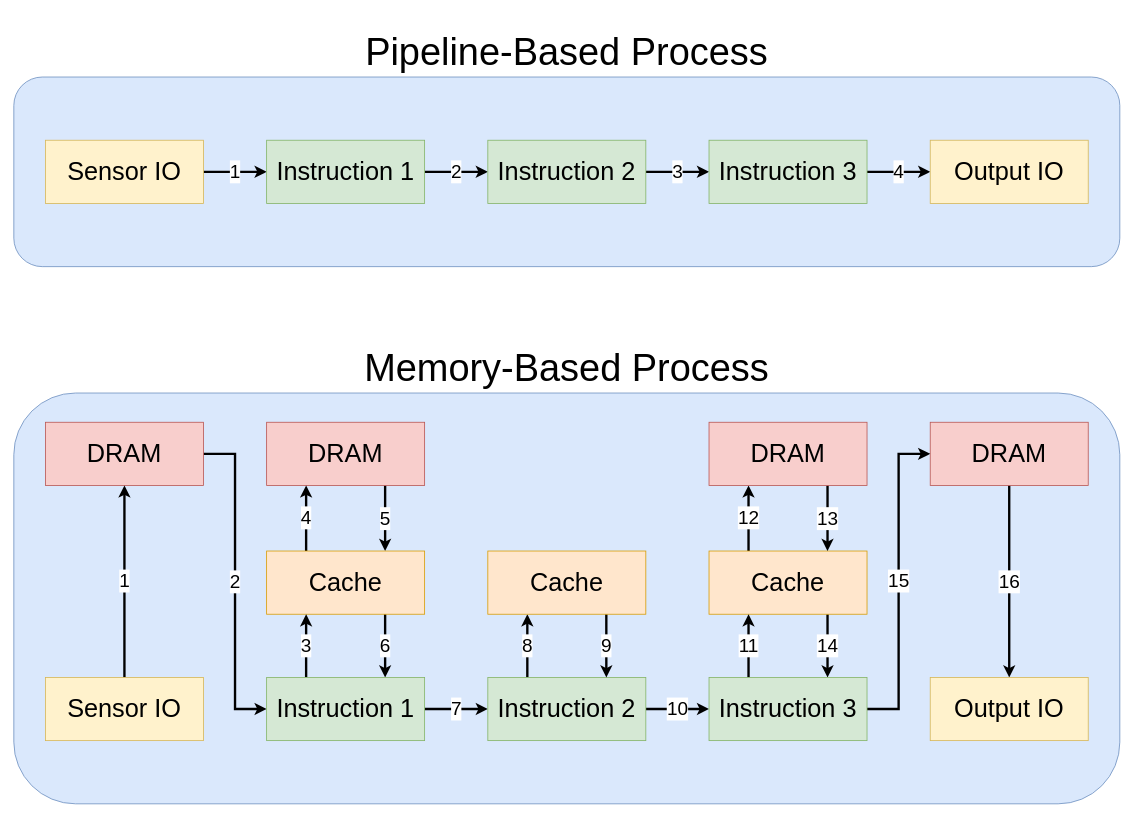
This is latencyPipelines.drawio from snider-lab-msu/figures, a draw.io file, before an edit. Source tidied: cells renumbered, new cells numbered last; positions are measured from the earlier drawing's top-left corner, leaving out a move shared by most shapes. Both pictures are drawn from the tidied source at 79%, with x=0, y=0 at pixel (13, 13).
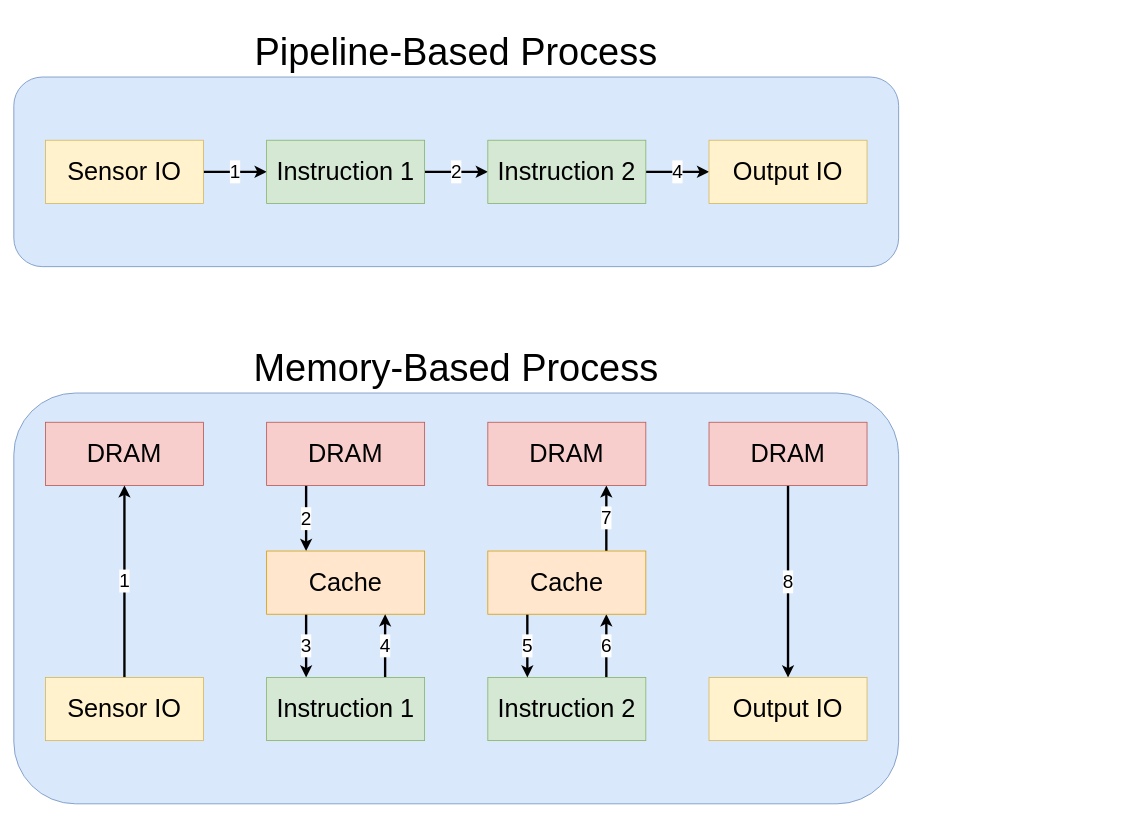
The same page after the edit.

Commit message:
shortened and fixed paths

Unchanged cells that the change refers to:
```xml
<mxCell id="5" value="DRAM" style="rounded=0;whiteSpace=wrap;html=1;fontSize=32;fillColor=#f8cecc;strokeColor=#b85450;" parent="1" vertex="1">
  <mxGeometry x="320" y="517" width="200" height="80" as="geometry" />
</mxCell>
<mxCell id="8" value="Cache" style="rounded=0;whiteSpace=wrap;html=1;fontSize=32;fillColor=#ffe6cc;strokeColor=#d79b00;" parent="1" vertex="1">
  <mxGeometry x="320" y="680" width="200" height="80" as="geometry" />
</mxCell>
<mxCell id="17" value="DRAM" style="rounded=0;whiteSpace=wrap;html=1;fontSize=32;fillColor=#f8cecc;strokeColor=#b85450;" parent="1" vertex="1">
  <mxGeometry x="40" y="517" width="200" height="80" as="geometry" />
</mxCell>
<mxCell id="30" value="Cache" style="rounded=0;whiteSpace=wrap;html=1;fontSize=32;fillColor=#ffe6cc;strokeColor=#d79b00;" parent="1" vertex="1">
  <mxGeometry x="600" y="680" width="200" height="80" as="geometry" />
</mxCell>
<mxCell id="35" value="Instruction 1" style="rounded=0;whiteSpace=wrap;html=1;fontSize=32;fillColor=#d5e8d4;strokeColor=#82b366;" parent="1" vertex="1">
  <mxGeometry x="320" y="160" width="200" height="80" as="geometry" />
</mxCell>
```

Diff of the diagram source:
```diff
@@
     <mxCell id="2" style="rounded=1;whiteSpace=wrap;html=1;roundedPerimeter=1;fillColor=#dae8fc;strokeColor=#6c8ebf;" parent="1" vertex="1">
-      <mxGeometry y="480" width="1400" height="520" as="geometry" />
+      <mxGeometry y="480" width="1120" height="520" as="geometry" />
     </mxCell>
     <mxCell id="3" style="rounded=1;whiteSpace=wrap;html=1;roundedPerimeter=1;fillColor=#dae8fc;strokeColor=#6c8ebf;" parent="1" vertex="1">
-      <mxGeometry y="80" width="1400" height="240" as="geometry" />
+      <mxGeometry y="80" width="1120" height="240" as="geometry" />
     </mxCell>
-    <mxCell id="4" value="5" style="edgeStyle=orthogonalEdgeStyle;rounded=0;jettySize=auto;html=1;exitX=0.75;exitY=1;exitDx=0;exitDy=0;entryX=0.75;entryY=0;entryDx=0;entryDy=0;defaultLabelBackgroundColor=page;labelPadding=0 4;strokeWidth=3;fontSize=24;" parent="1" edge="1" source="5" target="8">
-      <mxGeometry relative="1" as="geometry" />
-    </mxCell>
+    <mxCell id="16" value="2" style="edgeStyle=orthogonalEdgeStyle;rounded=0;jettySize=auto;html=1;exitX=0.25;exitY=1;exitDx=0;exitDy=0;entryX=0.25;entryY=0;entryDx=0;entryDy=0;defaultLabelBackgroundColor=page;labelPadding=0 4;fontSize=24;strokeWidth=3;" parent="1" edge="1" source="5" target="8">
+      <mxGeometry relative="1" as="geometry" />
+    </mxCell>
@@
-    <mxCell id="6" value="4" style="edgeStyle=orthogonalEdgeStyle;rounded=0;jettySize=auto;html=1;exitX=0.25;exitY=0;exitDx=0;exitDy=0;entryX=0.25;entryY=1;entryDx=0;entryDy=0;defaultLabelBackgroundColor=page;labelPadding=0 4;strokeWidth=3;fontSize=24;" parent="1" edge="1" source="8" target="5">
-      <mxGeometry relative="1" as="geometry" />
-    </mxCell>
-    <mxCell id="7" value="6" style="edgeStyle=orthogonalEdgeStyle;rounded=0;jettySize=auto;html=1;exitX=0.75;exitY=1;exitDx=0;exitDy=0;entryX=0.75;entryY=0;entryDx=0;entryDy=0;defaultLabelBackgroundColor=page;labelPadding=0 4;strokeWidth=3;fontSize=24;" parent="1" edge="1" source="8" target="22">
-      <mxGeometry relative="1" as="geometry" />
-    </mxCell>
+    <mxCell id="43" value="3" style="edgeStyle=orthogonalEdgeStyle;rounded=0;jettySize=auto;html=1;exitX=0.25;exitY=1;exitDx=0;exitDy=0;entryX=0.25;entryY=0;entryDx=0;entryDy=0;defaultLabelBackgroundColor=page;labelPadding=0 4;fontSize=24;strokeWidth=3;" parent="1" edge="1" source="8" target="22">
+      <mxGeometry relative="1" as="geometry" />
+    </mxCell>
@@
-    <mxCell id="9" value="12" style="edgeStyle=orthogonalEdgeStyle;rounded=0;jettySize=auto;html=1;exitX=0.25;exitY=0;exitDx=0;exitDy=0;entryX=0.25;entryY=1;entryDx=0;entryDy=0;defaultLabelBackgroundColor=page;labelPadding=0 4;strokeWidth=3;fontSize=24;" parent="1" edge="1" source="11" target="13">
-      <mxGeometry relative="1" as="geometry" />
-    </mxCell>
-    <mxCell id="10" value="14" style="edgeStyle=orthogonalEdgeStyle;rounded=0;jettySize=auto;html=1;exitX=0.75;exitY=1;exitDx=0;exitDy=0;entryX=0.75;entryY=0;entryDx=0;entryDy=0;defaultLabelBackgroundColor=page;labelPadding=0 4;strokeWidth=3;fontSize=24;" parent="1" edge="1" source="11" target="28">
-      <mxGeometry relative="1" as="geometry" />
-    </mxCell>
-    <mxCell id="11" value="Cache" style="rounded=0;whiteSpace=wrap;html=1;fontSize=32;fillColor=#ffe6cc;strokeColor=#d79b00;" parent="1" vertex="1">
-      <mxGeometry x="880" y="680" width="200" height="80" as="geometry" />
-    </mxCell>
-    <mxCell id="12" value="13" style="edgeStyle=orthogonalEdgeStyle;rounded=0;jettySize=auto;html=1;exitX=0.75;exitY=1;exitDx=0;exitDy=0;entryX=0.75;entryY=0;entryDx=0;entryDy=0;defaultLabelBackgroundColor=page;labelPadding=0 4;strokeWidth=3;fontSize=24;" parent="1" edge="1" source="13" target="11">
-      <mxGeometry relative="1" as="geometry" />
-    </mxCell>
-    <mxCell id="13" value="DRAM" style="rounded=0;whiteSpace=wrap;html=1;fontSize=32;fillColor=#f8cecc;strokeColor=#b85450;" parent="1" vertex="1">
-      <mxGeometry x="880" y="517" width="200" height="80" as="geometry" />
-    </mxCell>
-    <mxCell id="14" value="16" style="edgeStyle=orthogonalEdgeStyle;rounded=0;jettySize=auto;html=1;exitX=0.5;exitY=1;exitDx=0;exitDy=0;entryX=0.5;entryY=0;entryDx=0;entryDy=0;defaultLabelBackgroundColor=page;labelPadding=0 4;strokeWidth=3;fontSize=24;" parent="1" edge="1" source="15" target="31">
-      <mxGeometry relative="1" as="geometry" />
-    </mxCell>
+    <mxCell id="23" value="8" style="edgeStyle=orthogonalEdgeStyle;rounded=0;jettySize=auto;html=1;exitX=0.5;exitY=1;exitDx=0;exitDy=0;entryX=0.5;entryY=0;entryDx=0;entryDy=0;defaultLabelBackgroundColor=page;labelPadding=0 4;fontSize=24;strokeWidth=3;" parent="1" edge="1" source="15" target="31">
+      <mxGeometry relative="1" as="geometry" />
+    </mxCell>
     <mxCell id="15" value="DRAM" style="rounded=0;whiteSpace=wrap;html=1;fontSize=32;fillColor=#f8cecc;strokeColor=#b85450;" parent="1" vertex="1">
-      <mxGeometry x="1160" y="517" width="200" height="80" as="geometry" />
+      <mxGeometry x="880" y="517" width="200" height="80" as="geometry" />
     </mxCell>
-    <mxCell id="16" value="2" style="edgeStyle=orthogonalEdgeStyle;rounded=0;jettySize=auto;html=1;exitX=1;exitY=0.5;exitDx=0;exitDy=0;entryX=0;entryY=0.5;entryDx=0;entryDy=0;defaultLabelBackgroundColor=page;labelPadding=0 4;strokeWidth=3;fontSize=24;" parent="1" edge="1" source="17" target="22">
-      <mxGeometry relative="1" as="geometry" />
-    </mxCell>
@@
-    <mxCell id="20" value="3" style="edgeStyle=orthogonalEdgeStyle;rounded=0;jettySize=auto;html=1;exitX=0.25;exitY=0;exitDx=0;exitDy=0;entryX=0.25;entryY=1;entryDx=0;entryDy=0;defaultLabelBackgroundColor=page;labelPadding=0 4;strokeWidth=3;fontSize=24;" parent="1" edge="1" source="22" target="8">
-      <mxGeometry relative="1" as="geometry" />
-    </mxCell>
+    <mxCell id="6" value="4" style="edgeStyle=orthogonalEdgeStyle;rounded=0;jettySize=auto;html=1;exitX=0.75;exitY=0;exitDx=0;exitDy=0;entryX=0.75;entryY=1;entryDx=0;entryDy=0;defaultLabelBackgroundColor=page;labelPadding=0 4;fontSize=24;strokeWidth=3;" parent="1" edge="1" source="22" target="8">
+      <mxGeometry relative="1" as="geometry" />
+    </mxCell>
+    <mxCell id="22" value="Instruction 1" style="rounded=0;whiteSpace=wrap;html=1;fontSize=32;fillColor=#d5e8d4;strokeColor=#82b366;" parent="1" vertex="1">
+      <mxGeometry x="320" y="840" width="200" height="80" as="geometry" />
+    </mxCell>
+    <mxCell id="7" value="6" style="edgeStyle=orthogonalEdgeStyle;rounded=0;jettySize=auto;html=1;exitX=0.75;exitY=0;exitDx=0;exitDy=0;entryX=0.75;entryY=1;entryDx=0;entryDy=0;defaultLabelBackgroundColor=page;labelPadding=0 4;fontSize=24;strokeWidth=3;" parent="1" edge="1" source="25" target="30">
+      <mxGeometry relative="1" as="geometry" />
+    </mxCell>
+    <mxCell id="25" value="Instruction 2" style="rounded=0;whiteSpace=wrap;html=1;fontSize=32;fillColor=#d5e8d4;strokeColor=#82b366;" parent="1" vertex="1">
+      <mxGeometry x="600" y="840" width="200" height="80" as="geometry" />
+    </mxCell>
+    <mxCell id="4" value="5" style="edgeStyle=orthogonalEdgeStyle;rounded=0;jettySize=auto;html=1;exitX=0.25;exitY=1;exitDx=0;exitDy=0;entryX=0.25;entryY=0;entryDx=0;entryDy=0;defaultLabelBackgroundColor=page;labelPadding=0 4;fontSize=24;strokeWidth=3;" parent="1" edge="1" source="30" target="25">
+      <mxGeometry relative="1" as="geometry" />
+    </mxCell>
-    <mxCell id="21" value="7" style="edgeStyle=orthogonalEdgeStyle;rounded=0;jettySize=auto;html=1;exitX=1;exitY=0.5;exitDx=0;exitDy=0;entryX=0;entryY=0.5;entryDx=0;entryDy=0;defaultLabelBackgroundColor=page;labelPadding=0 4;strokeWidth=3;fontSize=24;" parent="1" edge="1" source="22" target="25">
+    <mxCell id="21" value="7" style="edgeStyle=orthogonalEdgeStyle;rounded=0;jettySize=auto;html=1;exitX=0.75;exitY=0;exitDx=0;exitDy=0;entryX=0.75;entryY=1;entryDx=0;entryDy=0;defaultLabelBackgroundColor=page;labelPadding=0 4;fontSize=24;strokeWidth=3;" parent="1" edge="1" source="30" target="13">
       <mxGeometry relative="1" as="geometry" />
     </mxCell>
-    <mxCell id="22" value="Instruction 1" style="rounded=0;whiteSpace=wrap;html=1;fontSize=32;fillColor=#d5e8d4;strokeColor=#82b366;" parent="1" vertex="1">
-      <mxGeometry x="320" y="840" width="200" height="80" as="geometry" />
-    </mxCell>
-    <mxCell id="23" value="8" style="edgeStyle=orthogonalEdgeStyle;rounded=0;jettySize=auto;html=1;exitX=0.25;exitY=0;exitDx=0;exitDy=0;entryX=0.25;entryY=1;entryDx=0;entryDy=0;defaultLabelBackgroundColor=page;labelPadding=0 4;strokeWidth=3;fontSize=24;" parent="1" edge="1" source="25" target="30">
-      <mxGeometry relative="1" as="geometry" />
-    </mxCell>
-    <mxCell id="24" value="10" style="edgeStyle=orthogonalEdgeStyle;rounded=0;jettySize=auto;html=1;exitX=1;exitY=0.5;exitDx=0;exitDy=0;entryX=0;entryY=0.5;entryDx=0;entryDy=0;defaultLabelBackgroundColor=page;labelPadding=0 4;strokeWidth=3;fontSize=24;" parent="1" edge="1" source="25" target="28">
-      <mxGeometry relative="1" as="geometry" />
-    </mxCell>
-    <mxCell id="25" value="Instruction 2" style="rounded=0;whiteSpace=wrap;html=1;fontSize=32;fillColor=#d5e8d4;strokeColor=#82b366;" parent="1" vertex="1">
-      <mxGeometry x="600" y="840" width="200" height="80" as="geometry" />
-    </mxCell>
-    <mxCell id="26" value="11" style="edgeStyle=orthogonalEdgeStyle;rounded=0;jettySize=auto;html=1;exitX=0.25;exitY=0;exitDx=0;exitDy=0;entryX=0.25;entryY=1;entryDx=0;entryDy=0;defaultLabelBackgroundColor=page;labelPadding=0 4;strokeWidth=3;fontSize=24;" parent="1" edge="1" source="28" target="11">
-      <mxGeometry relative="1" as="geometry" />
-    </mxCell>
-    <mxCell id="27" value="15" style="edgeStyle=orthogonalEdgeStyle;rounded=0;jettySize=auto;html=1;exitX=1;exitY=0.5;exitDx=0;exitDy=0;entryX=0;entryY=0.5;entryDx=0;entryDy=0;defaultLabelBackgroundColor=page;labelPadding=0 4;strokeWidth=3;fontSize=24;" parent="1" edge="1" source="28" target="15">
-      <mxGeometry relative="1" as="geometry" />
-    </mxCell>
-    <mxCell id="28" value="Instruction 3" style="rounded=0;whiteSpace=wrap;html=1;fontSize=32;fillColor=#d5e8d4;strokeColor=#82b366;" parent="1" vertex="1">
-      <mxGeometry x="880" y="840" width="200" height="80" as="geometry" />
-    </mxCell>
-    <mxCell id="29" value="9" style="edgeStyle=orthogonalEdgeStyle;rounded=0;jettySize=auto;html=1;exitX=0.75;exitY=1;exitDx=0;exitDy=0;entryX=0.75;entryY=0;entryDx=0;entryDy=0;defaultLabelBackgroundColor=page;labelPadding=0 4;strokeWidth=3;fontSize=24;" parent="1" edge="1" source="30" target="25">
-      <mxGeometry relative="1" as="geometry" />
-    </mxCell>
@@
     <mxCell id="31" value="Output IO" style="rounded=0;whiteSpace=wrap;html=1;fontSize=32;fillColor=#fff2cc;strokeColor=#d6b656;" parent="1" vertex="1">
-      <mxGeometry x="1160" y="840" width="200" height="80" as="geometry" />
+      <mxGeometry x="880" y="840" width="200" height="80" as="geometry" />
     </mxCell>
@@
-    <mxCell id="34" value="2" style="edgeStyle=orthogonalEdgeStyle;rounded=0;jettySize=auto;html=1;exitX=1;exitY=0.5;exitDx=0;exitDy=0;entryX=0;entryY=0.5;entryDx=0;entryDy=0;defaultLabelBackgroundColor=page;labelPadding=0 4;strokeWidth=3;fontSize=24;" parent="1" edge="1" source="35" target="37">
-      <mxGeometry relative="1" as="geometry" />
+    <mxCell id="34" value="2" style="edgeStyle=orthogonalEdgeStyle;rounded=0;jettySize=auto;html=1;exitX=1;exitY=0.5;exitDx=0;exitDy=0;entryX=0;entryY=0.5;entryDx=0;entryDy=0;defaultLabelBackgroundColor=page;labelPadding=0 4;strokeWidth=3;fontSize=24;" parent="1" edge="1" source="35">
+      <mxGeometry relative="1" as="geometry">
+        <mxPoint x="600" y="200" as="targetPoint" />
+      </mxGeometry>
     </mxCell>
@@
-    <mxCell id="36" value="3" style="edgeStyle=orthogonalEdgeStyle;rounded=0;jettySize=auto;html=1;exitX=1;exitY=0.5;exitDx=0;exitDy=0;entryX=0;entryY=0.5;entryDx=0;entryDy=0;defaultLabelBackgroundColor=page;labelPadding=0 4;strokeWidth=3;fontSize=24;" parent="1" edge="1" source="37" target="39">
-      <mxGeometry relative="1" as="geometry" />
-    </mxCell>
-    <mxCell id="37" value="Instruction 2" style="rounded=0;whiteSpace=wrap;html=1;fontSize=32;fillColor=#d5e8d4;strokeColor=#82b366;" parent="1" vertex="1">
-      <mxGeometry x="600" y="160" width="200" height="80" as="geometry" />
-    </mxCell>
@@
-    <mxCell id="39" value="Instruction 3" style="rounded=0;whiteSpace=wrap;html=1;fontSize=32;fillColor=#d5e8d4;strokeColor=#82b366;" parent="1" vertex="1">
-      <mxGeometry x="880" y="160" width="200" height="80" as="geometry" />
+    <mxCell id="39" value="Instruction 2" style="rounded=0;whiteSpace=wrap;html=1;fontSize=32;fillColor=#d5e8d4;strokeColor=#82b366;" parent="1" vertex="1">
+      <mxGeometry x="600" y="160" width="200" height="80" as="geometry" />
     </mxCell>
     <mxCell id="40" value="Output IO" style="rounded=0;whiteSpace=wrap;html=1;fontSize=32;fillColor=#fff2cc;strokeColor=#d6b656;" parent="1" vertex="1">
-      <mxGeometry x="1160" y="160" width="200" height="80" as="geometry" />
+      <mxGeometry x="880" y="160" width="200" height="80" as="geometry" />
     </mxCell>
     <mxCell id="41" value="Memory-Based Process" style="text;html=1;whiteSpace=wrap;strokeColor=none;fillColor=none;align=center;verticalAlign=bottom;rounded=0;fontSize=48;" parent="1" vertex="1">
-      <mxGeometry x="80" y="400" width="1240" height="80" as="geometry" />
+      <mxGeometry x="80" y="400" width="960" height="80" as="geometry" />
     </mxCell>
     <mxCell id="42" value="Pipeline-Based Process" style="text;html=1;whiteSpace=wrap;strokeColor=none;fillColor=none;align=center;verticalAlign=bottom;rounded=0;fontSize=48;" parent="1" vertex="1">
-      <mxGeometry x="80" width="1240" height="80" as="geometry" />
+      <mxGeometry x="80" width="960" height="80" as="geometry" />
     </mxCell>
+    <mxCell id="13" value="DRAM" style="rounded=0;whiteSpace=wrap;html=1;fontSize=32;fillColor=#f8cecc;strokeColor=#b85450;" parent="1" vertex="1">
+      <mxGeometry x="600" y="517" width="200" height="80" as="geometry" />
+    </mxCell>
```
